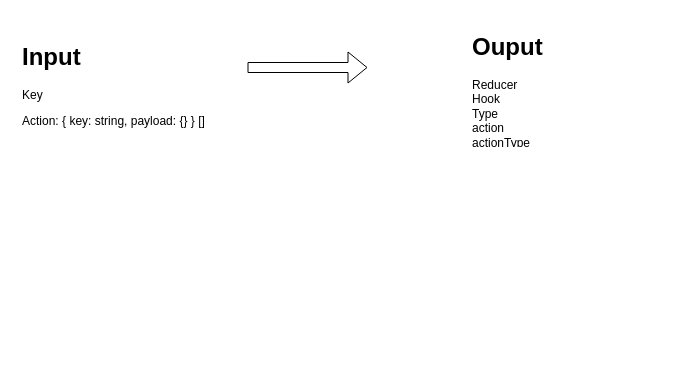
nnthanh01061999/generate_code keeps this draw.io diagram as docs/GenerateReducerTypescript.dio. Above is the earlier version. Source tidied: cells renumbered, new cells numbered last; positions are measured from the earlier drawing's top-left corner, leaving out a move shared by most shapes. Both pictures are drawn from the tidied source at 100%, with x=0, y=0 at pixel (17, 27).
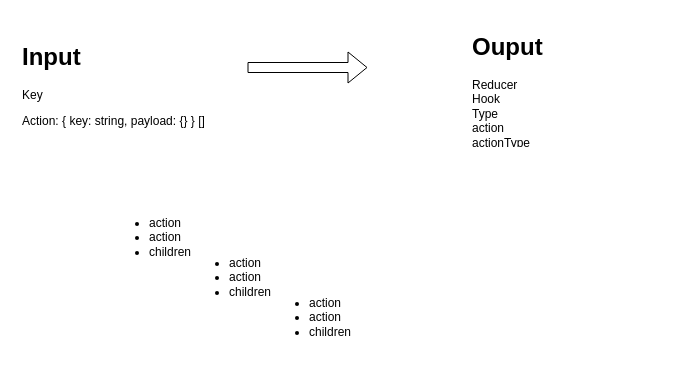
The same diagram, later.

What changed in the source:
```diff
@@
 <mxGraphModel>
   <root>
     <mxCell id="0" />
     <mxCell id="1" parent="0" />
     <mxCell id="2" value="&lt;h1&gt;Input&lt;/h1&gt;&lt;p&gt;Key&lt;/p&gt;&lt;p&gt;Action: {&amp;nbsp;&lt;span style=&quot;background-color: initial;&quot;&gt;key: string, &lt;/span&gt;&lt;span style=&quot;background-color: initial;&quot;&gt;payload: {}&amp;nbsp;&lt;/span&gt;&lt;span style=&quot;background-color: initial;&quot;&gt;} []&lt;/span&gt;&lt;/p&gt;" style="text;html=1;strokeColor=none;fillColor=none;spacing=5;spacingTop=-20;whiteSpace=wrap;overflow=hidden;rounded=0;" parent="1" vertex="1">
       <mxGeometry y="10" width="210" height="110" as="geometry" />
     </mxCell>
     <mxCell id="3" value="&lt;h1&gt;Ouput&lt;/h1&gt;&lt;p&gt;Reducer&lt;br&gt;Hook&lt;br&gt;Type&lt;br&gt;action&lt;br&gt;actionType&lt;/p&gt;&lt;p&gt;&lt;br&gt;&lt;/p&gt;" style="text;html=1;strokeColor=none;fillColor=none;spacing=5;spacingTop=-20;whiteSpace=wrap;overflow=hidden;rounded=0;" parent="1" vertex="1">
       <mxGeometry x="450" width="190" height="120" as="geometry" />
     </mxCell>
     <mxCell id="4" style="shape=flexArrow;endArrow=classic;html=1;" parent="1" edge="1">
       <mxGeometry relative="1" as="geometry">
         <mxPoint x="230" y="40" as="sourcePoint" />
         <mxPoint x="350" y="40" as="targetPoint" />
       </mxGeometry>
     </mxCell>
+    <mxCell id="5" value="&lt;ul&gt;&lt;li&gt;action&amp;nbsp;&lt;/li&gt;&lt;li&gt;action&lt;/li&gt;&lt;li&gt;children&lt;/li&gt;&lt;/ul&gt;" style="text;strokeColor=none;fillColor=none;html=1;whiteSpace=wrap;verticalAlign=middle;overflow=hidden;" parent="1" vertex="1">
+      <mxGeometry x="90" y="170" width="100" height="80" as="geometry" />
+    </mxCell>
+    <mxCell id="6" value="&lt;ul&gt;&lt;li&gt;action&amp;nbsp;&lt;/li&gt;&lt;li&gt;action&lt;/li&gt;&lt;li&gt;children&lt;/li&gt;&lt;/ul&gt;" style="text;strokeColor=none;fillColor=none;html=1;whiteSpace=wrap;verticalAlign=middle;overflow=hidden;" parent="1" vertex="1">
+      <mxGeometry x="170" y="210" width="100" height="80" as="geometry" />
+    </mxCell>
+    <mxCell id="7" value="&lt;ul&gt;&lt;li&gt;action&amp;nbsp;&lt;/li&gt;&lt;li&gt;action&lt;/li&gt;&lt;li&gt;children&lt;/li&gt;&lt;/ul&gt;" style="text;strokeColor=none;fillColor=none;html=1;whiteSpace=wrap;verticalAlign=middle;overflow=hidden;" parent="1" vertex="1">
+      <mxGeometry x="250" y="250" width="100" height="80" as="geometry" />
+    </mxCell>
   </root>
 </mxGraphModel>
```
